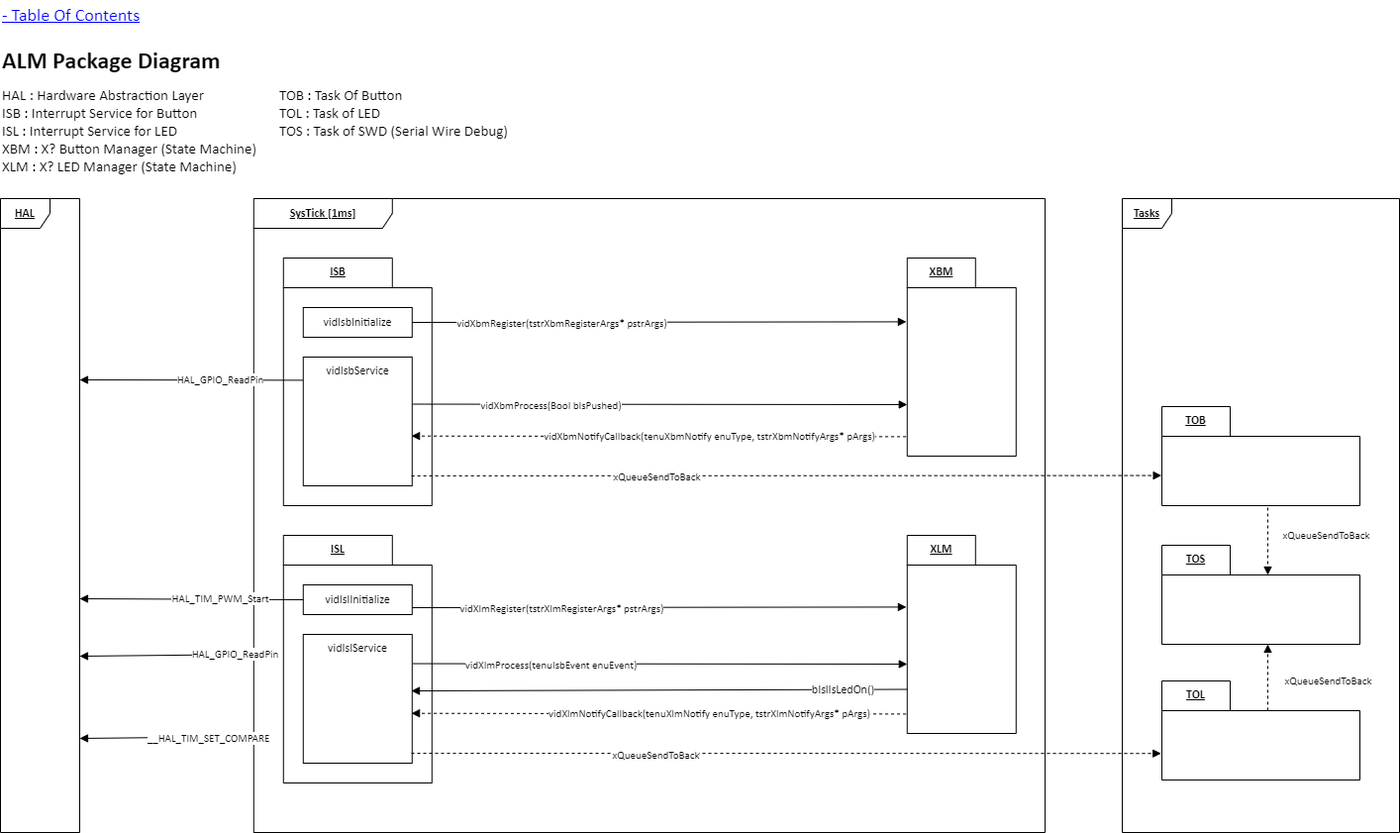
The draw.io diagram Resources/Part2/Part2_ALM_PackageDiagram.drawio.png in gtuja/CSC_MS, before a commit. Source tidied: cells renumbered, new cells last; positions are measured from the earlier drawing's top-left corner, leaving out a move shared by most shapes.
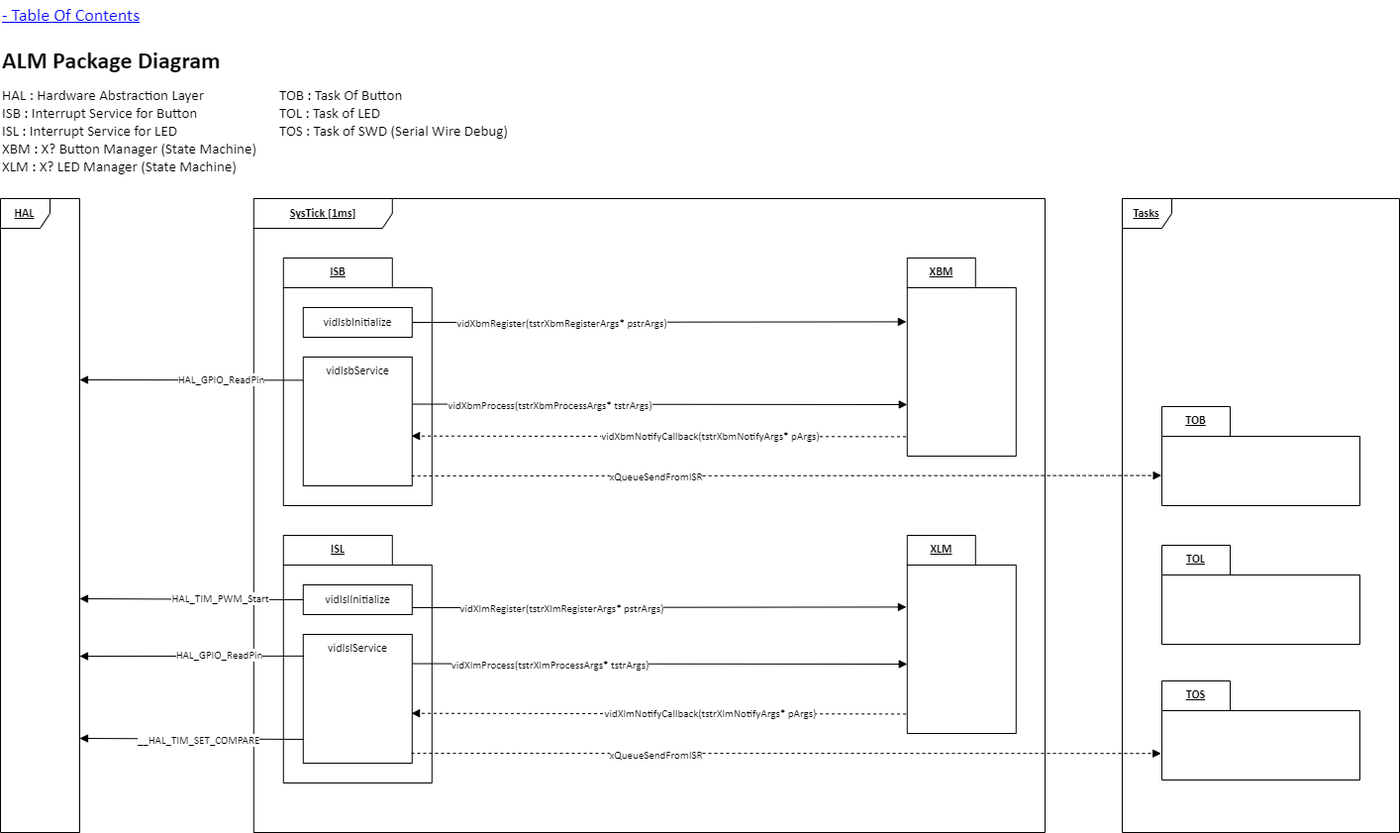
The same diagram one commit later.

What changed in the source:
```diff
@@ -36,7 +36,7 @@
         <mxPoint x="660" y="208" as="targetPoint" />
       </mxGeometry>
     </mxCell>
-    <mxCell id="11" value="vidXbmProcess(Bool bIsPushed)" style="edgeLabel;html=1;align=center;verticalAlign=middle;fontFamily=Calibri;" parent="10" vertex="1">
+    <mxCell id="11" value="vidXbmProcess(tstrXbmProcessArgs* tstrArgs)" style="edgeLabel;html=1;align=center;verticalAlign=middle;fontFamily=Calibri;" parent="10" vertex="1">
       <mxGeometry x="-0.16" y="-1" relative="1" as="geometry">
         <mxPoint x="-71" as="offset" />
       </mxGeometry>
@@ -44,7 +44,7 @@
     <mxCell id="12" style="html=1;verticalAlign=bottom;labelBackgroundColor=none;endArrow=block;endFill=1;rounded=0;exitX=-0.011;exitY=0.902;exitDx=0;exitDy=0;entryX=0.994;entryY=0.613;entryDx=0;entryDy=0;entryPerimeter=0;exitPerimeter=0;dashed=1;fontFamily=Calibri;" parent="3" edge="1" source="7" target="6">
       <mxGeometry relative="1" as="geometry" />
     </mxCell>
-    <mxCell id="13" value="vidXbmNotifyCallback(tenuXbmNotify enuType, tstrXbmNotifyArgs* pArgs)" style="edgeLabel;html=1;align=center;verticalAlign=middle;fontFamily=Calibri;" parent="12" vertex="1">
+    <mxCell id="13" value="vidXbmNotifyCallback(tstrXbmNotifyArgs* pArgs)" style="edgeLabel;html=1;align=center;verticalAlign=middle;fontFamily=Calibri;" parent="12" vertex="1">
       <mxGeometry x="-0.16" y="-1" relative="1" as="geometry">
         <mxPoint x="11" as="offset" />
       </mxGeometry>
@@ -80,7 +80,7 @@
         <mxPoint x="660" y="470" as="targetPoint" />
       </mxGeometry>
     </mxCell>
-    <mxCell id="21" value="vidXlmProcess(tenuIsbEvent enuEvent)" style="edgeLabel;html=1;align=center;verticalAlign=middle;fontFamily=Calibri;" parent="20" vertex="1">
+    <mxCell id="21" value="vidXlmProcess(tstrXlmProcessArgs* tstrArgs)" style="edgeLabel;html=1;align=center;verticalAlign=middle;fontFamily=Calibri;" parent="20" vertex="1">
       <mxGeometry x="-0.16" y="-1" relative="1" as="geometry">
         <mxPoint x="-71" as="offset" />
       </mxGeometry>
@@ -88,7 +88,7 @@
     <mxCell id="22" style="html=1;verticalAlign=bottom;labelBackgroundColor=none;endArrow=block;endFill=1;rounded=0;exitX=-0.011;exitY=0.902;exitDx=0;exitDy=0;entryX=0.994;entryY=0.613;entryDx=0;entryDy=0;entryPerimeter=0;exitPerimeter=0;dashed=1;fontFamily=Calibri;" parent="3" edge="1" source="17" target="16">
       <mxGeometry relative="1" as="geometry" />
     </mxCell>
-    <mxCell id="23" value="vidXlmNotifyCallback(tenuXlmNotify enuType, tstrXlmNotifyArgs* pArgs)" style="edgeLabel;html=1;align=center;verticalAlign=middle;fontFamily=Calibri;" parent="22" vertex="1">
+    <mxCell id="23" value="vidXlmNotifyCallback(tstrXlmNotifyArgs* pArgs)" style="edgeLabel;html=1;align=center;verticalAlign=middle;fontFamily=Calibri;" parent="22" vertex="1">
       <mxGeometry x="-0.16" y="-1" relative="1" as="geometry">
         <mxPoint x="11" as="offset" />
       </mxGeometry>
@@ -98,22 +98,11 @@
         <mxPoint x="159.2" y="560" as="sourcePoint" />
       </mxGeometry>
     </mxCell>
-    <mxCell id="25" value="xQueueSendToBack" style="edgeLabel;html=1;align=center;verticalAlign=middle;fontFamily=Calibri;" parent="24" vertex="1">
+    <mxCell id="25" value="xQueueSendFromISR" style="edgeLabel;html=1;align=center;verticalAlign=middle;fontFamily=Calibri;" parent="24" vertex="1">
       <mxGeometry x="-0.16" y="-1" relative="1" as="geometry">
         <mxPoint x="-71" as="offset" />
       </mxGeometry>
     </mxCell>
-    <mxCell id="26" style="html=1;verticalAlign=bottom;labelBackgroundColor=none;endArrow=block;endFill=1;rounded=0;exitX=0;exitY=0;exitDx=0;exitDy=157.5;exitPerimeter=0;fontFamily=Calibri;entryX=0.993;entryY=0.454;entryDx=0;entryDy=0;entryPerimeter=0;" parent="3" edge="1">
-      <mxGeometry relative="1" as="geometry">
-        <mxPoint x="660" y="495.5" as="sourcePoint" />
-        <mxPoint x="159.2" y="497" as="targetPoint" />
-      </mxGeometry>
-    </mxCell>
-    <mxCell id="27" value="&lt;span style=&quot;font-size: 12px; text-align: left; background-color: rgb(251, 251, 251);&quot;&gt;bIslIsLedOn()&lt;/span&gt;" style="edgeLabel;html=1;align=center;verticalAlign=middle;fontFamily=Calibri;" parent="26" vertex="1">
-      <mxGeometry x="-0.16" y="-1" relative="1" as="geometry">
-        <mxPoint x="145" as="offset" />
-      </mxGeometry>
-    </mxCell>
     <mxCell id="28" style="html=1;verticalAlign=bottom;labelBackgroundColor=none;endArrow=block;endFill=1;rounded=0;exitX=-0.003;exitY=0.18;exitDx=0;exitDy=0;entryX=1.035;entryY=0.286;entryDx=0;entryDy=0;entryPerimeter=0;exitPerimeter=0;fontFamily=Calibri;" parent="1" edge="1" source="6">
       <mxGeometry relative="1" as="geometry">
         <mxPoint x="80" y="383" as="targetPoint" />
@@ -134,26 +123,24 @@
         <mxPoint x="11" as="offset" />
       </mxGeometry>
     </mxCell>
-    <mxCell id="32" style="html=1;verticalAlign=bottom;labelBackgroundColor=none;endArrow=block;endFill=1;rounded=0;exitX=0;exitY=0.194;exitDx=0;exitDy=0;entryX=1.005;entryY=0.271;entryDx=0;entryDy=0;entryPerimeter=0;exitPerimeter=0;fontFamily=Calibri;" parent="1" edge="1">
+    <mxCell id="32" style="html=1;verticalAlign=bottom;labelBackgroundColor=none;endArrow=block;endFill=1;rounded=0;exitX=0.005;exitY=0.168;exitDx=0;exitDy=0;entryX=1.005;entryY=0.271;entryDx=0;entryDy=0;entryPerimeter=0;exitPerimeter=0;fontFamily=Calibri;" parent="1" edge="1" source="16">
       <mxGeometry relative="1" as="geometry">
-        <mxPoint x="271" y="660" as="sourcePoint" />
         <mxPoint x="80" y="662" as="targetPoint" />
       </mxGeometry>
     </mxCell>
     <mxCell id="33" value="HAL_GPIO_ReadPin" style="edgeLabel;html=1;align=center;verticalAlign=middle;fontFamily=Calibri;" parent="32" vertex="1">
       <mxGeometry x="-0.16" y="-1" relative="1" as="geometry">
-        <mxPoint x="46" as="offset" />
+        <mxPoint x="9" as="offset" />
       </mxGeometry>
     </mxCell>
-    <mxCell id="34" style="html=1;verticalAlign=bottom;labelBackgroundColor=none;endArrow=block;endFill=1;rounded=0;exitX=0;exitY=0.194;exitDx=0;exitDy=0;entryX=1.005;entryY=0.271;entryDx=0;entryDy=0;entryPerimeter=0;exitPerimeter=0;fontFamily=Calibri;" parent="1" edge="1">
+    <mxCell id="34" style="html=1;verticalAlign=bottom;labelBackgroundColor=none;endArrow=block;endFill=1;rounded=0;exitX=0.002;exitY=0.815;exitDx=0;exitDy=0;entryX=1.005;entryY=0.271;entryDx=0;entryDy=0;entryPerimeter=0;exitPerimeter=0;fontFamily=Calibri;" parent="1" edge="1" source="16">
       <mxGeometry relative="1" as="geometry">
-        <mxPoint x="271" y="743" as="sourcePoint" />
         <mxPoint x="80" y="745" as="targetPoint" />
       </mxGeometry>
     </mxCell>
     <mxCell id="35" value="__HAL_TIM_SET_COMPARE" style="edgeLabel;html=1;align=center;verticalAlign=middle;fontFamily=Calibri;" parent="34" vertex="1">
       <mxGeometry x="-0.16" y="-1" relative="1" as="geometry">
-        <mxPoint x="19" y="2" as="offset" />
+        <mxPoint x="-11" y="2" as="offset" />
       </mxGeometry>
     </mxCell>
     <mxCell id="36" value="Tasks" style="shape=umlFrame;whiteSpace=wrap;html=1;width=50;height=30;fontFamily=Calibri;fontStyle=5;" parent="1" vertex="1">
@@ -162,38 +149,18 @@
     <mxCell id="37" value="TOB" style="shape=folder;fontStyle=5;tabWidth=69;tabHeight=30;tabPosition=left;html=1;boundedLbl=1;labelInHeader=1;whiteSpace=wrap;verticalAlign=top;align=center;fontFamily=Calibri;" parent="36" vertex="1">
       <mxGeometry x="40" y="210" width="200" height="100" as="geometry" />
     </mxCell>
-    <mxCell id="38" value="TOL" style="shape=folder;fontStyle=5;tabWidth=69;tabHeight=30;tabPosition=left;html=1;boundedLbl=1;labelInHeader=1;whiteSpace=wrap;verticalAlign=top;align=center;fontFamily=Calibri;" parent="36" vertex="1">
+    <mxCell id="38" value="TOS" style="shape=folder;fontStyle=5;tabWidth=69;tabHeight=30;tabPosition=left;html=1;boundedLbl=1;labelInHeader=1;whiteSpace=wrap;verticalAlign=top;align=center;fontFamily=Calibri;" parent="36" vertex="1">
       <mxGeometry x="40" y="487" width="200" height="100" as="geometry" />
     </mxCell>
-    <mxCell id="39" value="TOS" style="shape=folder;fontStyle=5;tabWidth=69;tabHeight=30;tabPosition=left;html=1;boundedLbl=1;labelInHeader=1;whiteSpace=wrap;verticalAlign=top;align=center;fontFamily=Calibri;" parent="36" vertex="1">
+    <mxCell id="39" value="TOL" style="shape=folder;fontStyle=5;tabWidth=69;tabHeight=30;tabPosition=left;html=1;boundedLbl=1;labelInHeader=1;whiteSpace=wrap;verticalAlign=top;align=center;fontFamily=Calibri;" parent="36" vertex="1">
       <mxGeometry x="40" y="350" width="200" height="100" as="geometry" />
     </mxCell>
-    <mxCell id="40" style="html=1;verticalAlign=bottom;labelBackgroundColor=none;endArrow=block;endFill=1;rounded=0;dashed=1;entryX=0.5;entryY=1;entryDx=0;entryDy=0;entryPerimeter=0;exitX=0.535;exitY=0.299;exitDx=0;exitDy=0;exitPerimeter=0;fontFamily=Calibri;" parent="39" edge="1" source="38">
-      <mxGeometry relative="1" as="geometry">
-        <mxPoint x="107" y="100" as="targetPoint" />
-      </mxGeometry>
-    </mxCell>
-    <mxCell id="41" value="xQueueSendToBack" style="edgeLabel;html=1;align=center;verticalAlign=middle;fontFamily=Calibri;" parent="40" vertex="1">
-      <mxGeometry x="-0.16" y="-1" relative="1" as="geometry">
-        <mxPoint x="59" y="-2" as="offset" />
-      </mxGeometry>
-    </mxCell>
-    <mxCell id="42" style="html=1;verticalAlign=bottom;labelBackgroundColor=none;endArrow=block;endFill=1;rounded=0;dashed=1;exitX=0.535;exitY=1.02;exitDx=0;exitDy=0;exitPerimeter=0;fontFamily=Calibri;" parent="36" edge="1" source="37">
-      <mxGeometry relative="1" as="geometry">
-        <mxPoint x="147" y="380" as="targetPoint" />
-      </mxGeometry>
-    </mxCell>
-    <mxCell id="43" value="xQueueSendToBack" style="edgeLabel;html=1;align=center;verticalAlign=middle;fontFamily=Calibri;" parent="42" vertex="1">
-      <mxGeometry x="-0.16" y="-1" relative="1" as="geometry">
-        <mxPoint x="59" y="-2" as="offset" />
-      </mxGeometry>
-    </mxCell>
     <mxCell id="44" style="html=1;verticalAlign=bottom;labelBackgroundColor=none;endArrow=block;endFill=1;rounded=0;exitX=0.985;exitY=0.923;exitDx=0;exitDy=0;exitPerimeter=0;dashed=1;entryX=-0.002;entryY=0.696;entryDx=0;entryDy=0;entryPerimeter=0;fontFamily=Calibri;" parent="1" edge="1" target="37">
       <mxGeometry relative="1" as="geometry">
         <mxPoint x="415.1" y="480" as="sourcePoint" />
       </mxGeometry>
     </mxCell>
-    <mxCell id="45" value="xQueueSendToBack" style="edgeLabel;html=1;align=center;verticalAlign=middle;fontFamily=Calibri;" parent="44" vertex="1">
+    <mxCell id="45" value="xQueueSendFromISR" style="edgeLabel;html=1;align=center;verticalAlign=middle;fontFamily=Calibri;" parent="44" vertex="1">
       <mxGeometry x="-0.16" y="-1" relative="1" as="geometry">
         <mxPoint x="-71" as="offset" />
       </mxGeometry>
```
